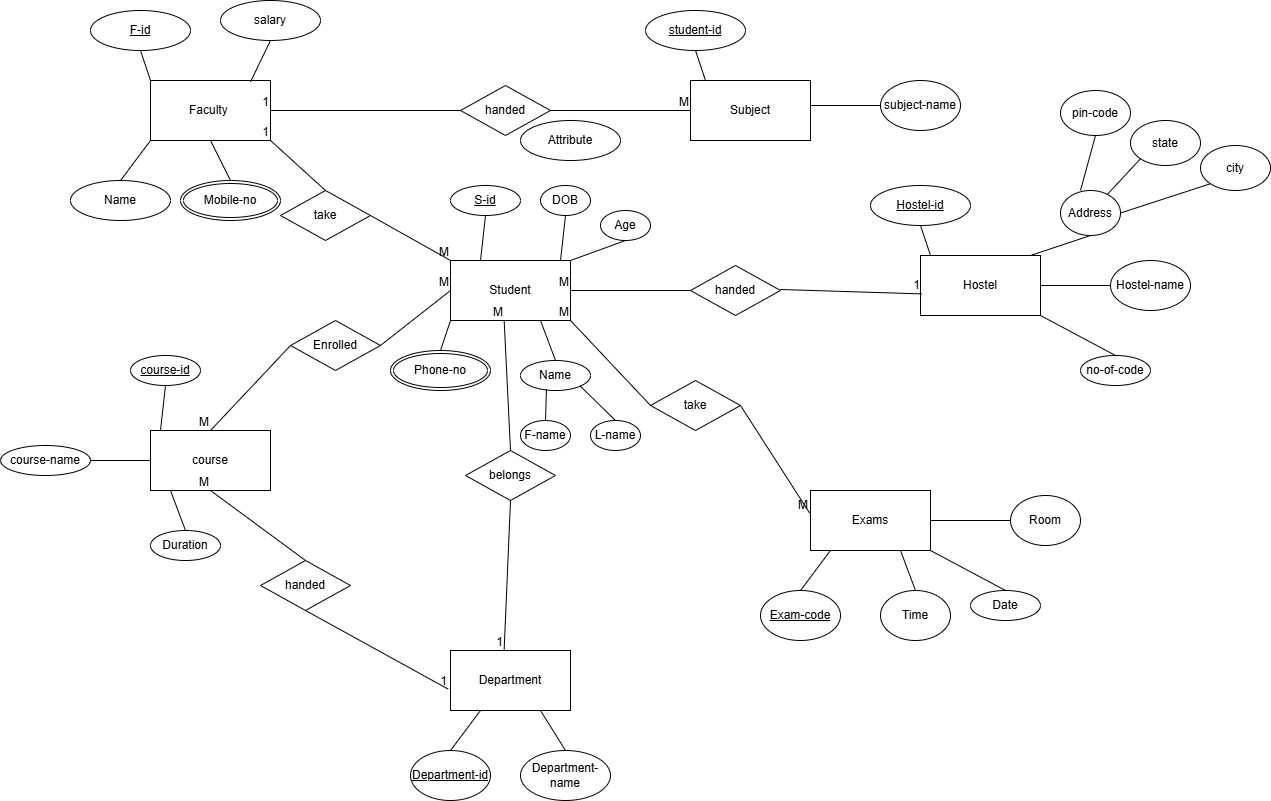
Above: day4/College E-R.png in faljabri09-blip/Database-Course-documentation (draw.io), before the change. Source tidied: cells renumbered, new cells last; positions are measured from the earlier drawing's top-left corner, leaving out a move shared by most shapes.
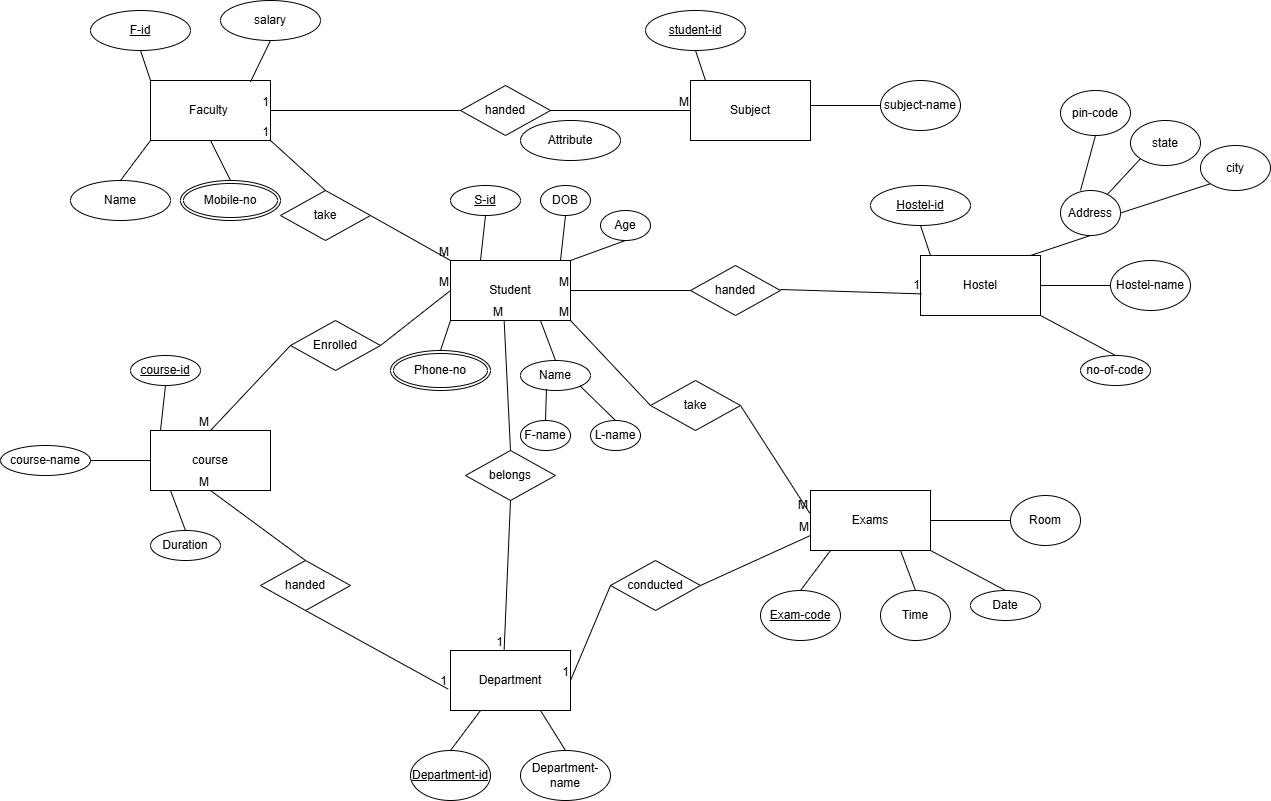
The same file after the commit.

Commit message:
Modified file in day4 folder

Change to the diagram source:
```diff
@@ -338,5 +338,20 @@
     <mxCell id="102" style="endArrow=none;html=1;rounded=0;entryX=0;entryY=1;entryDx=0;entryDy=0;exitX=1;exitY=0.5;exitDx=0;exitDy=0;" parent="1" edge="1" source="95" target="99">
       <mxGeometry relative="1" as="geometry" />
     </mxCell>
+    <mxCell id="103" value="conducted" style="shape=rhombus;perimeter=rhombusPerimeter;whiteSpace=wrap;html=1;align=center;" parent="1" vertex="1">
+      <mxGeometry x="610" y="560" width="90" height="50" as="geometry" />
+    </mxCell>
+    <mxCell id="104" style="endArrow=none;html=1;rounded=0;entryX=0;entryY=0.75;entryDx=0;entryDy=0;exitX=1;exitY=0.5;exitDx=0;exitDy=0;" parent="1" edge="1" source="103" target="7">
+      <mxGeometry relative="1" as="geometry" />
+    </mxCell>
+    <mxCell id="105" value="M" style="html=1;whiteSpace=wrap;align=right;verticalAlign=bottom;" parent="104" vertex="1">
+      <mxGeometry x="1" relative="1" as="geometry" />
+    </mxCell>
+    <mxCell id="106" style="endArrow=none;html=1;rounded=0;entryX=1;entryY=0.5;entryDx=0;entryDy=0;exitX=0;exitY=0.5;exitDx=0;exitDy=0;" parent="1" edge="1" source="103" target="8">
+      <mxGeometry relative="1" as="geometry" />
+    </mxCell>
+    <mxCell id="107" value="1" style="html=1;whiteSpace=wrap;align=right;verticalAlign=bottom;" parent="106" vertex="1">
+      <mxGeometry x="1" relative="1" as="geometry" />
+    </mxCell>
   </root>
 </mxGraphModel>
```
